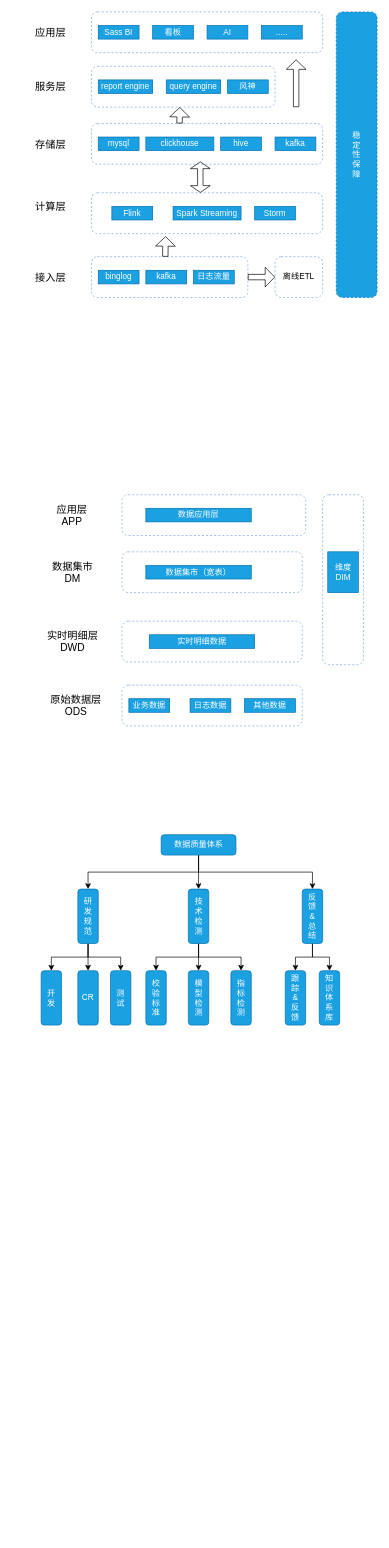
This is realtime_data_warehouse.drawio from cicelprg/drawio, a draw.io file, before an edit. Source tidied: cells renumbered, new cells numbered last; positions are measured from the earlier drawing's top-left corner, leaving out a move shared by most shapes. Both pictures are drawn from the tidied source at 68%, with x=0, y=0 at pixel (30, 12).
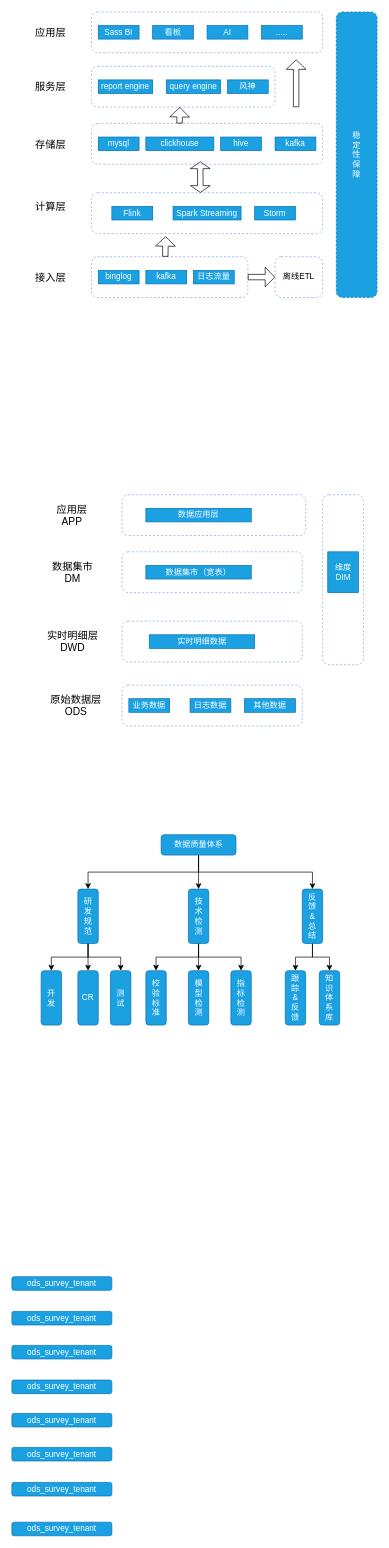
The same diagram, later.

What changed in the source:
```diff
@@
+    <mxCell id="75" value="ods_survey_tenant" style="rounded=1;whiteSpace=wrap;html=1;fillColor=#1ba1e2;strokeColor=#006EAF;fontColor=#ffffff;" parent="1" vertex="1">
+      <mxGeometry x="-27" y="1860" width="147" height="20" as="geometry" />
+    </mxCell>
+    <mxCell id="76" value="ods_survey_tenant" style="rounded=1;whiteSpace=wrap;html=1;fillColor=#1ba1e2;strokeColor=#006EAF;fontColor=#ffffff;" parent="1" vertex="1">
+      <mxGeometry x="-27" y="1911" width="147" height="20" as="geometry" />
+    </mxCell>
+    <mxCell id="77" value="ods_survey_tenant" style="rounded=1;whiteSpace=wrap;html=1;fillColor=#1ba1e2;strokeColor=#006EAF;fontColor=#ffffff;" parent="1" vertex="1">
+      <mxGeometry x="-27" y="1961" width="147" height="20" as="geometry" />
+    </mxCell>
+    <mxCell id="78" value="ods_survey_tenant" style="rounded=1;whiteSpace=wrap;html=1;fillColor=#1ba1e2;strokeColor=#006EAF;fontColor=#ffffff;" parent="1" vertex="1">
+      <mxGeometry x="-27" y="2012" width="147" height="20" as="geometry" />
+    </mxCell>
+    <mxCell id="79" value="ods_survey_tenant" style="rounded=1;whiteSpace=wrap;html=1;fillColor=#1ba1e2;strokeColor=#006EAF;fontColor=#ffffff;" parent="1" vertex="1">
+      <mxGeometry x="-27" y="2061" width="147" height="20" as="geometry" />
+    </mxCell>
+    <mxCell id="80" value="ods_survey_tenant" style="rounded=1;whiteSpace=wrap;html=1;fillColor=#1ba1e2;strokeColor=#006EAF;fontColor=#ffffff;" parent="1" vertex="1">
+      <mxGeometry x="-27" y="2111" width="147" height="20" as="geometry" />
+    </mxCell>
+    <mxCell id="81" value="ods_survey_tenant" style="rounded=1;whiteSpace=wrap;html=1;fillColor=#1ba1e2;strokeColor=#006EAF;fontColor=#ffffff;" parent="1" vertex="1">
+      <mxGeometry x="-27" y="2162.5" width="147" height="20" as="geometry" />
+    </mxCell>
+    <mxCell id="82" value="ods_survey_tenant" style="rounded=1;whiteSpace=wrap;html=1;fillColor=#1ba1e2;strokeColor=#006EAF;fontColor=#ffffff;" parent="1" vertex="1">
+      <mxGeometry x="-27" y="2221" width="147" height="20" as="geometry" />
+    </mxCell>
```
